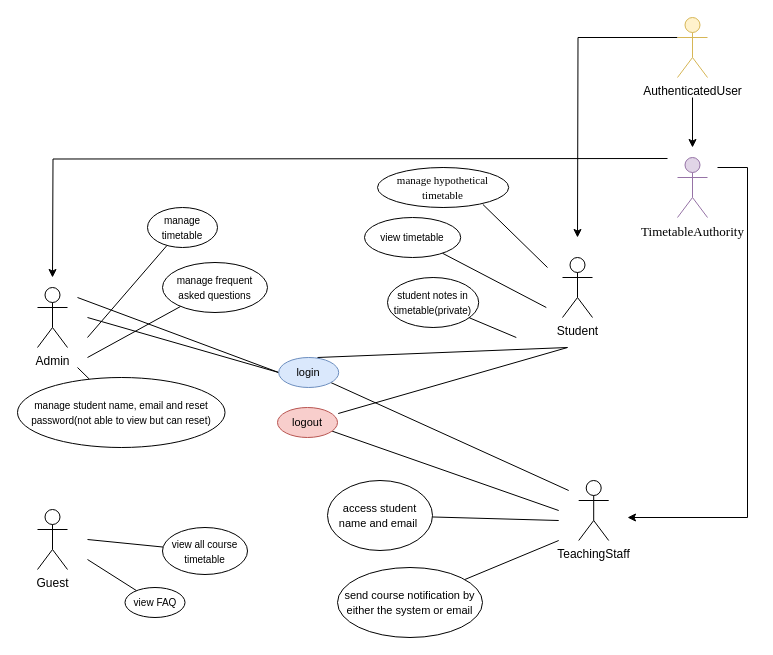
Earlier version of the draw.io diagram Untitled Diagram.drawio (JackSuuu/SEPP-coursework). Source tidied: cells renumbered, new cells numbered last; positions are measured from the earlier drawing's top-left corner, leaving out a move shared by most shapes. Both pictures are drawn from the tidied source at 100%, with x=0, y=0 at pixel (17, 17).
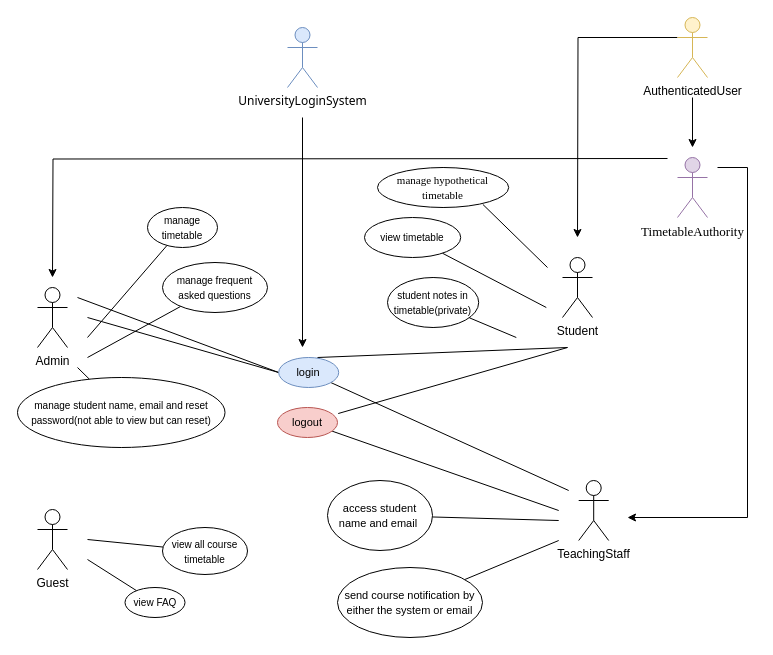
After the change.

Change to the diagram source:
```diff
@@
+    <mxCell id="40" style="edgeStyle=orthogonalEdgeStyle;rounded=0;orthogonalLoop=1;jettySize=auto;html=1;" parent="1" edge="1">
+      <mxGeometry relative="1" as="geometry">
+        <mxPoint x="285" y="100" as="sourcePoint" />
+        <mxPoint x="285" y="330" as="targetPoint" />
+      </mxGeometry>
+    </mxCell>
+    <mxCell id="41" value="&lt;span style=&quot;font-family: &amp;quot;gg sans&amp;quot;, &amp;quot;Noto Sans&amp;quot;, &amp;quot;Helvetica Neue&amp;quot;, Helvetica, Arial, sans-serif; text-align: left; white-space: break-spaces;&quot;&gt;&lt;font style=&quot;color: rgb(0, 0, 0);&quot;&gt;UniversityLoginSystem&lt;/font&gt;&lt;/span&gt;" style="shape=umlActor;verticalLabelPosition=bottom;verticalAlign=top;html=1;fillColor=#dae8fc;strokeColor=#6c8ebf;shadow=0;" parent="1" vertex="1">
+      <mxGeometry x="270" y="10" width="30" height="60" as="geometry" />
+    </mxCell>
```
